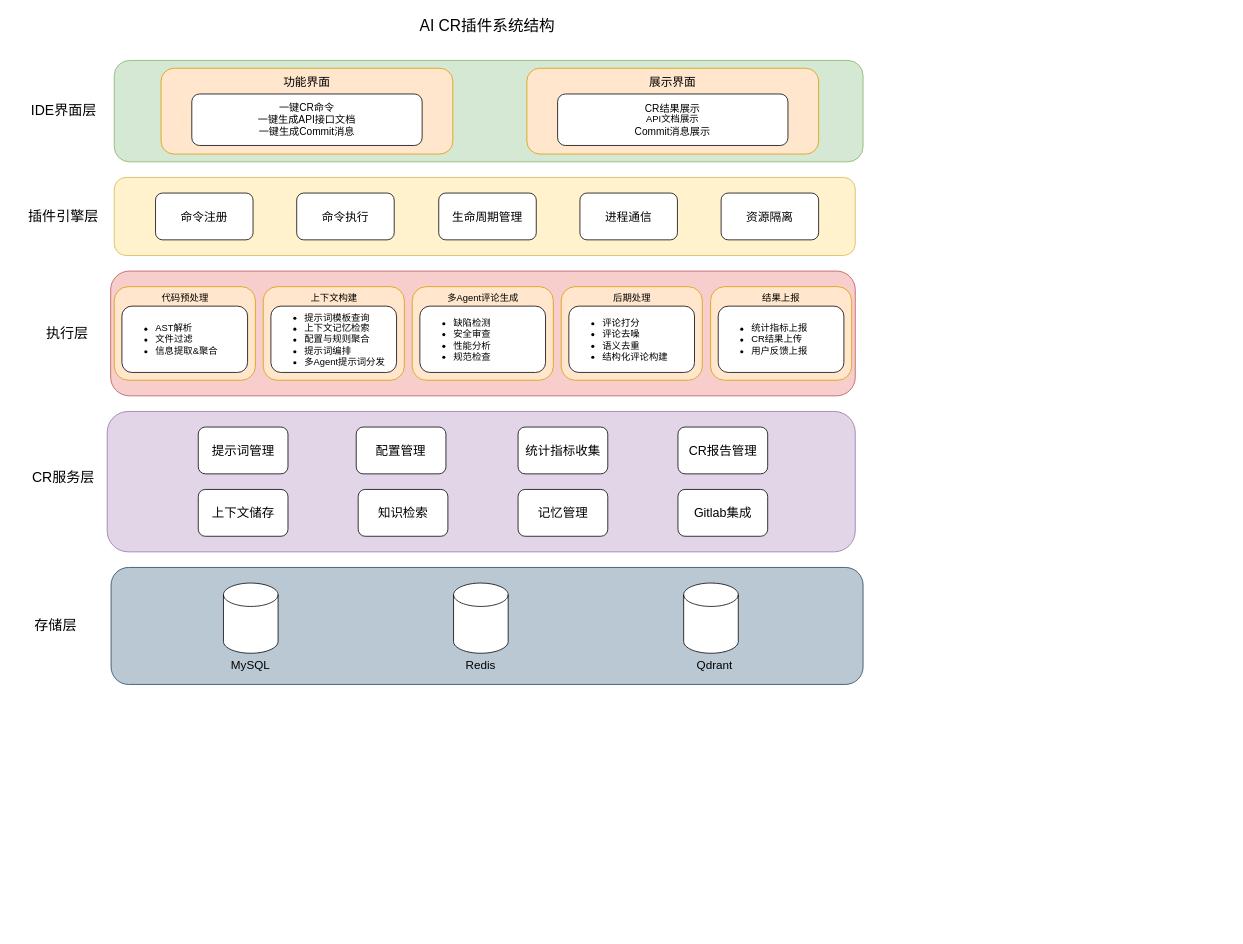
Above: AI CR插件方案设计.drawio in sundegan/draw.io (draw.io), before the change. Source tidied: cells renumbered, new cells numbered last; positions are measured from the earlier drawing's top-left corner, leaving out a move shared by most shapes. Both pictures are drawn from the tidied source at 78%, with x=0, y=0 at pixel (12, 13).
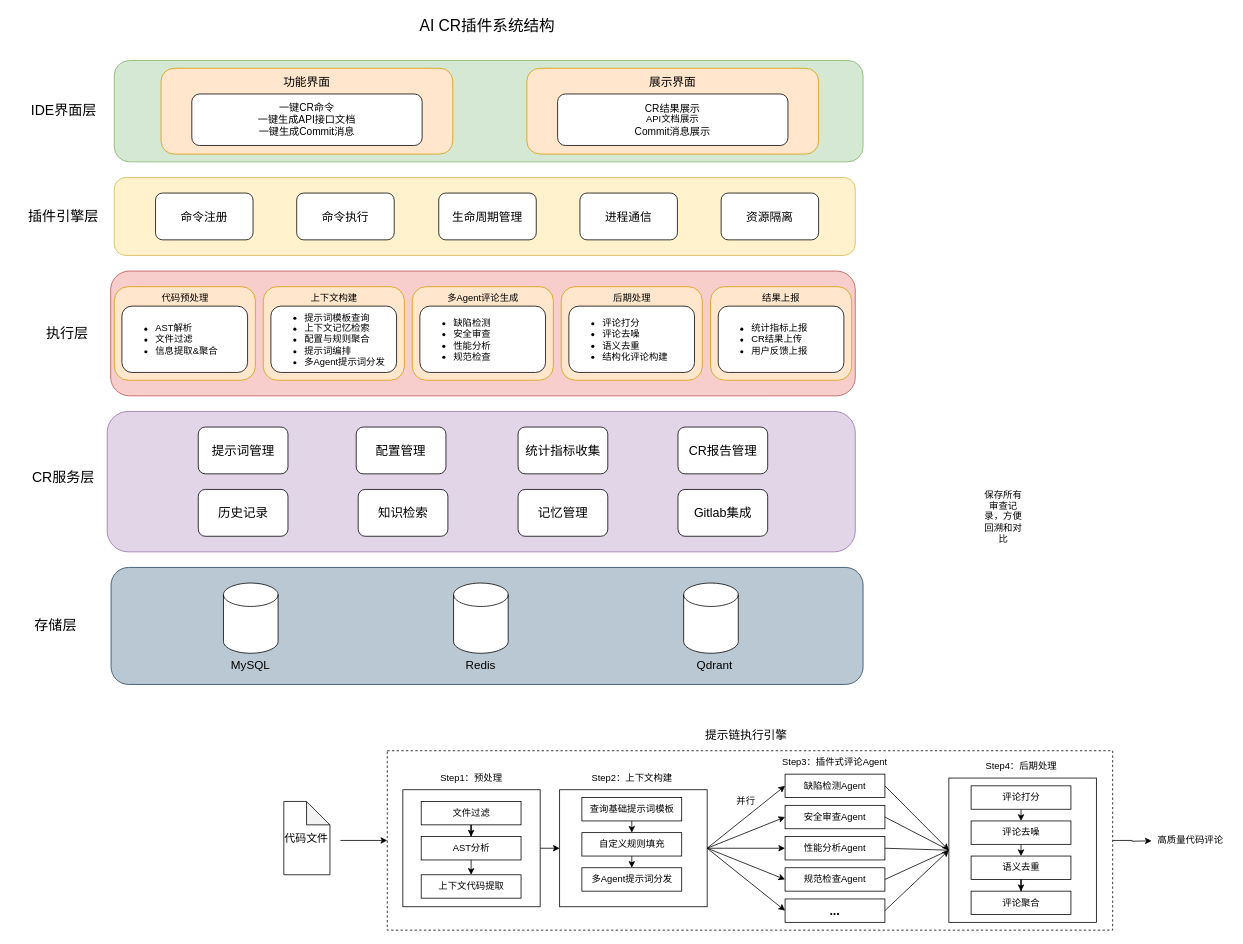
The same diagram, later.

Commit message:
更新AI CR插件方案设计.drawio

The change refers to these unchanged cells:
```xml
<mxCell id="24" style="group;" parent="1" vertex="1">
  <mxGeometry x="237.7" y="610" width="730" height="60" as="geometry" />
</mxCell>
```

Diff of the diagram source:
```diff
@@
-    <mxCell id="25" value="&lt;font style=&quot;font-size: 16px;&quot;&gt;上下文储存&lt;/font&gt;" style="rounded=1;whiteSpace=wrap;html=1;" parent="24" vertex="1">
+    <mxCell id="25" value="&lt;span style=&quot;font-size: 16px;&quot;&gt;历史记录&lt;/span&gt;" style="rounded=1;whiteSpace=wrap;html=1;" parent="24" vertex="1">
       <mxGeometry width="115" height="60" as="geometry" />
     </mxCell>
@@
+    <mxCell id="70" value="&lt;font style=&quot;font-size: 15px;&quot;&gt;提示链执行引擎&lt;/font&gt;" style="text;html=1;whiteSpace=wrap;strokeColor=none;fillColor=none;align=center;verticalAlign=middle;rounded=0;" parent="1" vertex="1">
+      <mxGeometry x="883.9" y="910" width="112.5" height="30" as="geometry" />
+    </mxCell>
+    <mxCell id="71" value="&lt;font style=&quot;font-size: 14px;&quot;&gt;代码文件&lt;/font&gt;" style="shape=note;whiteSpace=wrap;html=1;backgroundOutline=1;darkOpacity=0.05;" parent="1" vertex="1">
+      <mxGeometry x="347.4" y="1010" width="59.1" height="94" as="geometry" />
+    </mxCell>
+    <mxCell id="72" style="group;" parent="1" vertex="1">
+      <mxGeometry x="480" y="945" width="930" height="230" as="geometry" />
+    </mxCell>
+    <mxCell id="73" style="edgeStyle=orthogonalEdgeStyle;rounded=0;jettySize=auto;html=1;exitX=1;exitY=0.5;exitDx=0;exitDy=0;" parent="72" edge="1" source="74">
+      <mxGeometry relative="1" as="geometry">
+        <mxPoint x="980" y="115.5" as="targetPoint" />
+      </mxGeometry>
+    </mxCell>
+    <mxCell id="74" style="rounded=0;whiteSpace=wrap;html=1;dashed=1;" parent="72" vertex="1">
+      <mxGeometry width="930" height="230" as="geometry" />
+    </mxCell>
+    <mxCell id="75" style="edgeStyle=orthogonalEdgeStyle;rounded=0;jettySize=auto;html=1;exitX=1;exitY=0.5;exitDx=0;exitDy=0;entryX=0;entryY=0.5;entryDx=0;entryDy=0;" parent="72" edge="1" source="83" target="91">
+      <mxGeometry relative="1" as="geometry" />
+    </mxCell>
+    <mxCell id="76" value="Step3：插件式评论Agent" style="text;html=1;whiteSpace=wrap;strokeColor=none;fillColor=none;align=center;verticalAlign=middle;rounded=0;" parent="72" vertex="1">
+      <mxGeometry x="492.2" width="163.5" height="30" as="geometry" />
+    </mxCell>
+    <mxCell id="77" value="缺陷检测Agent" style="rounded=0;whiteSpace=wrap;html=1;" parent="72" vertex="1">
+      <mxGeometry x="510" y="30" width="128" height="30" as="geometry" />
+    </mxCell>
+    <mxCell id="78" value="安全审查Agent" style="rounded=0;whiteSpace=wrap;html=1;" parent="72" vertex="1">
+      <mxGeometry x="510" y="70" width="128" height="30" as="geometry" />
+    </mxCell>
+    <mxCell id="79" value="性能分析Agent" style="rounded=0;whiteSpace=wrap;html=1;" parent="72" vertex="1">
+      <mxGeometry x="510" y="110" width="128" height="30" as="geometry" />
+    </mxCell>
+    <mxCell id="80" value="规范检查Agent" style="rounded=0;whiteSpace=wrap;html=1;" parent="72" vertex="1">
+      <mxGeometry x="510" y="150" width="128" height="30" as="geometry" />
+    </mxCell>
+    <mxCell id="81" value="&lt;font style=&quot;font-size: 16px;&quot;&gt;&lt;b&gt;...&lt;/b&gt;&lt;/font&gt;" style="rounded=0;whiteSpace=wrap;html=1;" parent="72" vertex="1">
+      <mxGeometry x="510" y="190" width="128" height="30" as="geometry" />
+    </mxCell>
+    <mxCell id="82" style="group;" parent="72" vertex="1">
+      <mxGeometry x="20" y="20" width="176" height="180" as="geometry" />
+    </mxCell>
+    <mxCell id="83" style="rounded=0;whiteSpace=wrap;html=1;" parent="82" vertex="1">
+      <mxGeometry y="30" width="176" height="150" as="geometry" />
+    </mxCell>
+    <mxCell id="84" value="Step1：预处理" style="text;html=1;whiteSpace=wrap;strokeColor=none;fillColor=none;align=center;verticalAlign=middle;rounded=0;" parent="82" vertex="1">
+      <mxGeometry x="40.6" width="94" height="30" as="geometry" />
+    </mxCell>
+    <mxCell id="85" style="edgeStyle=orthogonalEdgeStyle;rounded=0;jettySize=auto;html=1;exitX=0.5;exitY=1;exitDx=0;exitDy=0;" parent="82" edge="1" source="86" target="88">
+      <mxGeometry relative="1" as="geometry" />
+    </mxCell>
+    <mxCell id="86" value="文件过滤" style="rounded=0;whiteSpace=wrap;html=1;" parent="82" vertex="1">
+      <mxGeometry x="23.5" y="45" width="128" height="30" as="geometry" />
+    </mxCell>
+    <mxCell id="87" style="edgeStyle=orthogonalEdgeStyle;rounded=0;jettySize=auto;html=1;exitX=0.5;exitY=1;exitDx=0;exitDy=0;entryX=0.5;entryY=0;entryDx=0;entryDy=0;" parent="82" edge="1" source="88" target="89">
+      <mxGeometry relative="1" as="geometry" />
+    </mxCell>
+    <mxCell id="88" value="AST分析" style="rounded=0;whiteSpace=wrap;html=1;" parent="82" vertex="1">
+      <mxGeometry x="23.5" y="90" width="128" height="30" as="geometry" />
+    </mxCell>
+    <mxCell id="89" value="上下文代码提取" style="rounded=0;whiteSpace=wrap;html=1;" parent="82" vertex="1">
+      <mxGeometry x="23.5" y="139" width="128" height="30" as="geometry" />
+    </mxCell>
+    <mxCell id="90" style="group;" parent="72" vertex="1">
+      <mxGeometry x="221" y="20" width="243" height="200" as="geometry" />
+    </mxCell>
+    <mxCell id="91" style="rounded=0;whiteSpace=wrap;html=1;" parent="90" vertex="1">
+      <mxGeometry y="30" width="189.1" height="150" as="geometry" />
+    </mxCell>
+    <mxCell id="92" value="Step2：上下文构建" style="text;html=1;whiteSpace=wrap;strokeColor=none;fillColor=none;align=center;verticalAlign=middle;rounded=0;" parent="90" vertex="1">
+      <mxGeometry x="37" width="112" height="30" as="geometry" />
+    </mxCell>
+    <mxCell id="93" style="edgeStyle=orthogonalEdgeStyle;rounded=0;jettySize=auto;html=1;exitX=0.5;exitY=1;exitDx=0;exitDy=0;entryX=0.5;entryY=0;entryDx=0;entryDy=0;" parent="90" edge="1" source="94" target="96">
+      <mxGeometry relative="1" as="geometry" />
+    </mxCell>
+    <mxCell id="94" value="查询基础提示词模板" style="rounded=0;whiteSpace=wrap;html=1;" parent="90" vertex="1">
+      <mxGeometry x="28.5" y="40" width="128" height="30" as="geometry" />
+    </mxCell>
+    <mxCell id="95" style="edgeStyle=orthogonalEdgeStyle;rounded=0;jettySize=auto;html=1;exitX=0.5;exitY=1;exitDx=0;exitDy=0;entryX=0.5;entryY=0;entryDx=0;entryDy=0;" parent="90" edge="1" source="96" target="97">
+      <mxGeometry relative="1" as="geometry" />
+    </mxCell>
+    <mxCell id="96" value="自定义规则填充" style="rounded=0;whiteSpace=wrap;html=1;" parent="90" vertex="1">
+      <mxGeometry x="28.5" y="85" width="128" height="30" as="geometry" />
+    </mxCell>
+    <mxCell id="97" value="多Agent提示词分发" style="rounded=0;whiteSpace=wrap;html=1;" parent="90" vertex="1">
+      <mxGeometry x="28.5" y="130" width="128" height="30" as="geometry" />
+    </mxCell>
+    <mxCell id="98" value="并行" style="text;html=1;whiteSpace=wrap;strokeColor=none;fillColor=none;align=center;verticalAlign=middle;rounded=0;" parent="90" vertex="1">
+      <mxGeometry x="209" y="30" width="60" height="30" as="geometry" />
+    </mxCell>
+    <mxCell id="99" style="endArrow=classic;html=1;rounded=0;exitX=1;exitY=0.5;exitDx=0;exitDy=0;entryX=0;entryY=0.5;entryDx=0;entryDy=0;" parent="72" edge="1" source="91" target="77">
+      <mxGeometry relative="1" as="geometry" />
+    </mxCell>
+    <mxCell id="100" style="endArrow=classic;html=1;rounded=0;exitX=1;exitY=0.5;exitDx=0;exitDy=0;entryX=0;entryY=0.5;entryDx=0;entryDy=0;" parent="72" edge="1" source="91" target="78">
+      <mxGeometry relative="1" as="geometry" />
+    </mxCell>
+    <mxCell id="101" style="endArrow=classic;html=1;rounded=0;exitX=1;exitY=0.5;exitDx=0;exitDy=0;entryX=0;entryY=0.5;entryDx=0;entryDy=0;" parent="72" edge="1" source="91" target="79">
+      <mxGeometry relative="1" as="geometry" />
+    </mxCell>
+    <mxCell id="102" style="endArrow=classic;html=1;rounded=0;exitX=1;exitY=0.5;exitDx=0;exitDy=0;entryX=0;entryY=0.5;entryDx=0;entryDy=0;" parent="72" edge="1" source="91" target="80">
+      <mxGeometry relative="1" as="geometry" />
+    </mxCell>
+    <mxCell id="103" style="endArrow=classic;html=1;rounded=0;exitX=1;exitY=0.5;exitDx=0;exitDy=0;entryX=0;entryY=0.5;entryDx=0;entryDy=0;" parent="72" edge="1" source="91" target="81">
+      <mxGeometry relative="1" as="geometry" />
+    </mxCell>
+    <mxCell id="104" style="endArrow=classic;html=1;rounded=0;exitX=1;exitY=0.5;exitDx=0;exitDy=0;entryX=0;entryY=0.5;entryDx=0;entryDy=0;" parent="72" edge="1" source="77" target="109">
+      <mxGeometry relative="1" as="geometry" />
+    </mxCell>
+    <mxCell id="105" style="endArrow=none;html=1;rounded=0;exitX=1;exitY=0.5;exitDx=0;exitDy=0;entryX=0;entryY=0.5;entryDx=0;entryDy=0;endFill=0;" parent="72" edge="1" source="78" target="109">
+      <mxGeometry relative="1" as="geometry" />
+    </mxCell>
+    <mxCell id="106" style="endArrow=none;html=1;rounded=0;exitX=1;exitY=0.5;exitDx=0;exitDy=0;entryX=0;entryY=0.5;entryDx=0;entryDy=0;endFill=0;" parent="72" edge="1" source="79" target="109">
+      <mxGeometry relative="1" as="geometry" />
+    </mxCell>
+    <mxCell id="107" style="endArrow=none;html=1;rounded=0;exitX=1;exitY=0.5;exitDx=0;exitDy=0;entryX=0;entryY=0.5;entryDx=0;entryDy=0;endFill=0;" parent="72" edge="1" source="80" target="109">
+      <mxGeometry relative="1" as="geometry" />
+    </mxCell>
+    <mxCell id="108" style="endArrow=classic;html=1;rounded=0;exitX=1;exitY=0.5;exitDx=0;exitDy=0;entryX=0;entryY=0.5;entryDx=0;entryDy=0;" parent="72" edge="1" source="81" target="109">
+      <mxGeometry relative="1" as="geometry" />
+    </mxCell>
+    <mxCell id="109" style="rounded=0;whiteSpace=wrap;html=1;" parent="72" vertex="1">
+      <mxGeometry x="720" y="35" width="189.1" height="185" as="geometry" />
+    </mxCell>
+    <mxCell id="110" value="Step4：后期处理" style="text;html=1;whiteSpace=wrap;strokeColor=none;fillColor=none;align=center;verticalAlign=middle;rounded=0;" parent="72" vertex="1">
+      <mxGeometry x="756.5" y="5" width="112" height="30" as="geometry" />
+    </mxCell>
+    <mxCell id="111" style="edgeStyle=orthogonalEdgeStyle;rounded=0;jettySize=auto;html=1;exitX=0.5;exitY=1;exitDx=0;exitDy=0;entryX=0.5;entryY=0;entryDx=0;entryDy=0;" parent="72" edge="1" source="112" target="114">
+      <mxGeometry relative="1" as="geometry" />
+    </mxCell>
+    <mxCell id="112" value="评论打分" style="rounded=0;whiteSpace=wrap;html=1;" parent="72" vertex="1">
+      <mxGeometry x="748.5" y="45" width="128" height="30" as="geometry" />
+    </mxCell>
+    <mxCell id="113" style="edgeStyle=orthogonalEdgeStyle;rounded=0;jettySize=auto;html=1;exitX=0.5;exitY=1;exitDx=0;exitDy=0;entryX=0.5;entryY=0;entryDx=0;entryDy=0;" parent="72" edge="1" source="114" target="116">
+      <mxGeometry relative="1" as="geometry" />
+    </mxCell>
+    <mxCell id="114" value="评论去噪" style="rounded=0;whiteSpace=wrap;html=1;" parent="72" vertex="1">
+      <mxGeometry x="748.5" y="90" width="128" height="30" as="geometry" />
+    </mxCell>
+    <mxCell id="115" style="edgeStyle=orthogonalEdgeStyle;rounded=0;jettySize=auto;html=1;entryX=0.5;entryY=0;entryDx=0;entryDy=0;" parent="72" edge="1" source="116" target="117">
+      <mxGeometry relative="1" as="geometry" />
+    </mxCell>
+    <mxCell id="116" value="语义去重" style="rounded=0;whiteSpace=wrap;html=1;" parent="72" vertex="1">
+      <mxGeometry x="748.5" y="135" width="128" height="30" as="geometry" />
+    </mxCell>
+    <mxCell id="117" value="评论聚合" style="rounded=0;whiteSpace=wrap;html=1;" parent="72" vertex="1">
+      <mxGeometry x="748.5" y="180" width="128" height="30" as="geometry" />
+    </mxCell>
+    <mxCell id="118" value="高质量代码评论" style="text;html=1;whiteSpace=wrap;strokeColor=none;fillColor=none;align=center;verticalAlign=middle;rounded=0;" parent="1" vertex="1">
+      <mxGeometry x="1460" y="1045" width="100" height="30" as="geometry" />
+    </mxCell>
+    <mxCell id="119" style="endArrow=classic;html=1;rounded=0;entryX=0;entryY=0.5;entryDx=0;entryDy=0;" parent="1" edge="1" target="74">
+      <mxGeometry relative="1" as="geometry">
+        <mxPoint x="420" y="1060" as="sourcePoint" />
+      </mxGeometry>
+    </mxCell>
+    <mxCell id="120" value="保存所有审查记录，方便回溯和对比" style="text;html=1;whiteSpace=wrap;strokeColor=none;fillColor=none;align=center;verticalAlign=middle;rounded=0;" parent="1" vertex="1">
+      <mxGeometry x="1240" y="630" width="60" height="30" as="geometry" />
+    </mxCell>
```
